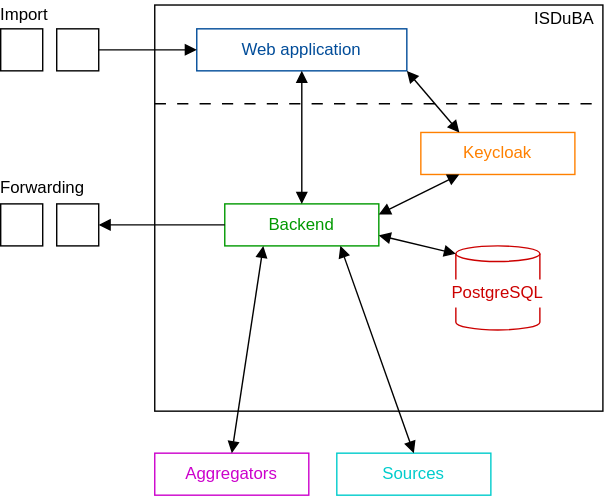
This is docs/images/overview-diagram.svg from ISDuBA/ISDuBA, a draw.io export, as it was before one commit. Source tidied: cells renumbered, new cells last; positions are measured from the earlier drawing's top-left corner, leaving out a move shared by most shapes. Source of this version:
```xml
<mxGraphModel>
  <root>
    <mxCell id="0" />
    <mxCell id="1" parent="0" />
    <mxCell id="2" style="rounded=0;whiteSpace=wrap;html=1;" parent="1" vertex="1">
      <mxGeometry x="110" y="3" width="320" height="290" as="geometry" />
    </mxCell>
    <mxCell id="3" value="Import" style="text;html=1;align=left;verticalAlign=middle;whiteSpace=wrap;rounded=0;spacing=0;" parent="1" vertex="1">
      <mxGeometry width="60" height="20" as="geometry" />
    </mxCell>
    <mxCell id="4" style="rounded=0;whiteSpace=wrap;html=1;" parent="1" vertex="1">
      <mxGeometry y="20" width="30" height="30" as="geometry" />
    </mxCell>
    <mxCell id="5" style="rounded=0;whiteSpace=wrap;html=1;" parent="1" vertex="1">
      <mxGeometry x="40" y="20" width="30" height="30" as="geometry" />
    </mxCell>
    <mxCell id="6" value="Web application" style="rounded=0;whiteSpace=wrap;html=1;fontColor=#004C99;strokeColor=#004C99;" parent="1" vertex="1">
      <mxGeometry x="140" y="20" width="150" height="30" as="geometry" />
    </mxCell>
    <mxCell id="7" style="endArrow=block;html=1;rounded=0;entryX=0;entryY=0.5;entryDx=0;entryDy=0;exitX=1;exitY=0.5;exitDx=0;exitDy=0;strokeWidth=1;endFill=1;" parent="1" edge="1" source="5" target="6">
      <mxGeometry relative="1" as="geometry" />
    </mxCell>
    <mxCell id="8" value="Backend" style="rounded=0;whiteSpace=wrap;html=1;fontColor=#009900;strokeColor=#009900;" parent="1" vertex="1">
      <mxGeometry x="160" y="145" width="110" height="30" as="geometry" />
    </mxCell>
    <mxCell id="9" style="shape=cylinder3;whiteSpace=wrap;html=1;boundedLbl=1;backgroundOutline=1;size=5.571428571428584;strokeColor=#CC0000;" parent="1" vertex="1">
      <mxGeometry x="325" y="175" width="60" height="60" as="geometry" />
    </mxCell>
    <mxCell id="10" value="PostgreSQL" style="text;html=1;align=center;verticalAlign=middle;whiteSpace=wrap;rounded=0;fillColor=default;spacingLeft=6;spacingRight=6;fontColor=#CC0000;" parent="1" vertex="1">
      <mxGeometry x="315" y="199" width="80" height="20" as="geometry" />
    </mxCell>
    <mxCell id="11" style="endArrow=block;html=1;rounded=0;entryX=0;entryY=0;entryDx=0;entryDy=5.571428571428584;exitX=1;exitY=0.75;exitDx=0;exitDy=0;strokeWidth=1;endFill=1;entryPerimeter=0;startArrow=block;startFill=1;" parent="1" edge="1" source="8" target="9">
      <mxGeometry relative="1" as="geometry" />
    </mxCell>
    <mxCell id="12" style="rounded=0;whiteSpace=wrap;html=1;" parent="1" vertex="1">
      <mxGeometry y="145" width="30" height="30" as="geometry" />
    </mxCell>
    <mxCell id="13" style="rounded=0;whiteSpace=wrap;html=1;" parent="1" vertex="1">
      <mxGeometry x="40" y="145" width="30" height="30" as="geometry" />
    </mxCell>
    <mxCell id="14" value="Forwarding" style="text;html=1;align=left;verticalAlign=middle;whiteSpace=wrap;rounded=0;spacing=0;" parent="1" vertex="1">
      <mxGeometry y="124" width="60" height="20" as="geometry" />
    </mxCell>
    <mxCell id="15" style="endArrow=block;html=1;rounded=0;entryX=1;entryY=0.5;entryDx=0;entryDy=0;exitX=0;exitY=0.5;exitDx=0;exitDy=0;strokeWidth=1;endFill=1;" parent="1" edge="1" source="8" target="13">
      <mxGeometry relative="1" as="geometry" />
    </mxCell>
    <mxCell id="16" value="Keycloak" style="rounded=0;whiteSpace=wrap;html=1;fontColor=#FF8000;strokeColor=#FF8000;" parent="1" vertex="1">
      <mxGeometry x="300" y="94" width="110" height="30" as="geometry" />
    </mxCell>
    <mxCell id="17" style="endArrow=block;html=1;rounded=0;entryX=0.25;entryY=1;entryDx=0;entryDy=0;exitX=1;exitY=0.25;exitDx=0;exitDy=0;strokeWidth=1;endFill=1;startArrow=block;startFill=1;" parent="1" edge="1" source="8" target="16">
      <mxGeometry relative="1" as="geometry" />
    </mxCell>
    <mxCell id="18" style="endArrow=block;html=1;rounded=0;entryX=0.25;entryY=0;entryDx=0;entryDy=0;exitX=1;exitY=1;exitDx=0;exitDy=0;strokeWidth=1;endFill=1;startArrow=block;startFill=1;" parent="1" edge="1" source="6" target="16">
      <mxGeometry relative="1" as="geometry" />
    </mxCell>
    <mxCell id="19" style="rounded=0;jettySize=auto;html=1;exitX=0.5;exitY=0;exitDx=0;exitDy=0;entryX=0.5;entryY=1;entryDx=0;entryDy=0;endArrow=block;endFill=1;startArrow=block;startFill=1;" parent="1" edge="1" source="8" target="6">
      <mxGeometry relative="1" as="geometry" />
    </mxCell>
    <mxCell id="20" value="Aggregators" style="rounded=0;whiteSpace=wrap;html=1;fontColor=#CC00CC;strokeColor=#CC00CC;" parent="1" vertex="1">
      <mxGeometry x="110" y="323" width="110" height="30" as="geometry" />
    </mxCell>
    <mxCell id="21" value="Sources" style="rounded=0;whiteSpace=wrap;html=1;fontColor=#00CCCC;strokeColor=#00CCCC;" parent="1" vertex="1">
      <mxGeometry x="240" y="323" width="110" height="30" as="geometry" />
    </mxCell>
    <mxCell id="22" style="endArrow=none;html=1;rounded=0;exitX=0;exitY=0.25;exitDx=0;exitDy=0;entryX=1;entryY=0.25;entryDx=0;entryDy=0;dashed=1;dashPattern=8 8;" parent="1" edge="1">
      <mxGeometry relative="1" as="geometry">
        <mxPoint x="110" y="73.5" as="sourcePoint" />
        <mxPoint x="430" y="73.5" as="targetPoint" />
      </mxGeometry>
    </mxCell>
    <mxCell id="23" value="ISDuBA" style="text;html=1;align=right;verticalAlign=middle;whiteSpace=wrap;rounded=0;spacing=2;spacingRight=0;" parent="1" vertex="1">
      <mxGeometry x="366" y="3" width="60" height="20" as="geometry" />
    </mxCell>
    <mxCell id="24" style="endArrow=block;html=1;rounded=0;entryX=0.5;entryY=0;entryDx=0;entryDy=0;exitX=0.25;exitY=1;exitDx=0;exitDy=0;strokeWidth=1;endFill=1;startArrow=block;startFill=1;" parent="1" edge="1" source="8" target="20">
      <mxGeometry relative="1" as="geometry" />
    </mxCell>
    <mxCell id="25" style="endArrow=block;html=1;rounded=0;entryX=0.5;entryY=0;entryDx=0;entryDy=0;exitX=0.75;exitY=1;exitDx=0;exitDy=0;strokeWidth=1;endFill=1;startArrow=block;startFill=1;" parent="1" edge="1" source="8" target="21">
      <mxGeometry relative="1" as="geometry" />
    </mxCell>
  </root>
</mxGraphModel>
```
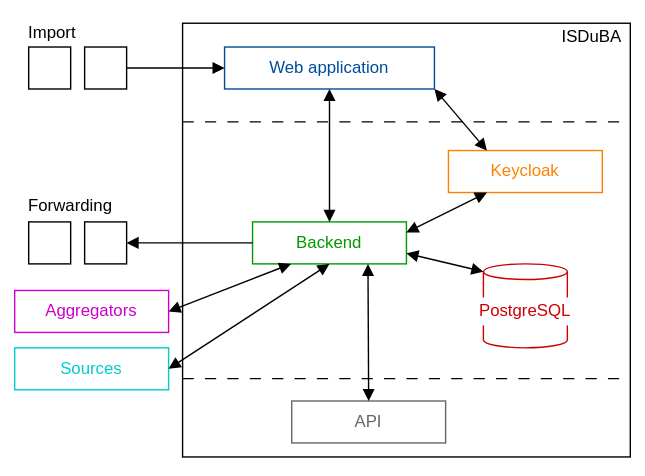
Later version of the same file.

Commit message:
Add API to overview diagram

Change to the diagram source:
```diff
@@ -2,8 +2,11 @@
   <root>
     <mxCell id="0" />
     <mxCell id="1" parent="0" />
+    <mxCell id="26" style="rounded=0;whiteSpace=wrap;html=1;strokeColor=none;" parent="1" vertex="1">
+      <mxGeometry x="-20" y="-13" width="460" height="340" as="geometry" />
+    </mxCell>
     <mxCell id="2" style="rounded=0;whiteSpace=wrap;html=1;" parent="1" vertex="1">
-      <mxGeometry x="110" y="3" width="320" height="290" as="geometry" />
+      <mxGeometry x="110" y="3" width="320" height="310" as="geometry" />
     </mxCell>
     <mxCell id="3" value="Import" style="text;html=1;align=left;verticalAlign=middle;whiteSpace=wrap;rounded=0;spacing=0;" parent="1" vertex="1">
       <mxGeometry width="60" height="20" as="geometry" />
@@ -57,10 +60,10 @@
       <mxGeometry relative="1" as="geometry" />
     </mxCell>
     <mxCell id="20" value="Aggregators" style="rounded=0;whiteSpace=wrap;html=1;fontColor=#CC00CC;strokeColor=#CC00CC;" parent="1" vertex="1">
-      <mxGeometry x="110" y="323" width="110" height="30" as="geometry" />
+      <mxGeometry x="-10" y="194" width="110" height="30" as="geometry" />
     </mxCell>
     <mxCell id="21" value="Sources" style="rounded=0;whiteSpace=wrap;html=1;fontColor=#00CCCC;strokeColor=#00CCCC;" parent="1" vertex="1">
-      <mxGeometry x="240" y="323" width="110" height="30" as="geometry" />
+      <mxGeometry x="-10" y="235" width="110" height="30" as="geometry" />
     </mxCell>
     <mxCell id="22" style="endArrow=none;html=1;rounded=0;exitX=0;exitY=0.25;exitDx=0;exitDy=0;entryX=1;entryY=0.25;entryDx=0;entryDy=0;dashed=1;dashPattern=8 8;" parent="1" edge="1">
       <mxGeometry relative="1" as="geometry">
@@ -71,11 +74,23 @@
     <mxCell id="23" value="ISDuBA" style="text;html=1;align=right;verticalAlign=middle;whiteSpace=wrap;rounded=0;spacing=2;spacingRight=0;" parent="1" vertex="1">
       <mxGeometry x="366" y="3" width="60" height="20" as="geometry" />
     </mxCell>
-    <mxCell id="24" style="endArrow=block;html=1;rounded=0;entryX=0.5;entryY=0;entryDx=0;entryDy=0;exitX=0.25;exitY=1;exitDx=0;exitDy=0;strokeWidth=1;endFill=1;startArrow=block;startFill=1;" parent="1" edge="1" source="8" target="20">
+    <mxCell id="24" style="endArrow=block;html=1;rounded=0;entryX=1;entryY=0.5;entryDx=0;entryDy=0;exitX=0.25;exitY=1;exitDx=0;exitDy=0;strokeWidth=1;endFill=1;startArrow=block;startFill=1;" parent="1" edge="1" source="8" target="20">
       <mxGeometry relative="1" as="geometry" />
     </mxCell>
-    <mxCell id="25" style="endArrow=block;html=1;rounded=0;entryX=0.5;entryY=0;entryDx=0;entryDy=0;exitX=0.75;exitY=1;exitDx=0;exitDy=0;strokeWidth=1;endFill=1;startArrow=block;startFill=1;" parent="1" edge="1" source="8" target="21">
+    <mxCell id="25" style="endArrow=block;html=1;rounded=0;entryX=1;entryY=0.5;entryDx=0;entryDy=0;exitX=0.5;exitY=1;exitDx=0;exitDy=0;strokeWidth=1;endFill=1;startArrow=block;startFill=1;" parent="1" edge="1" source="8" target="21">
       <mxGeometry relative="1" as="geometry" />
     </mxCell>
+    <mxCell id="27" value="API" style="rounded=0;whiteSpace=wrap;html=1;fontColor=#666666;strokeColor=#666666;" parent="1" vertex="1">
+      <mxGeometry x="188" y="273" width="110" height="30" as="geometry" />
+    </mxCell>
+    <mxCell id="28" style="endArrow=block;html=1;rounded=0;entryX=0.5;entryY=0;entryDx=0;entryDy=0;exitX=0.75;exitY=1;exitDx=0;exitDy=0;strokeWidth=1;endFill=1;startArrow=block;startFill=1;" parent="1" edge="1" source="8" target="27">
+      <mxGeometry relative="1" as="geometry" />
+    </mxCell>
+    <mxCell id="29" style="endArrow=none;html=1;rounded=0;exitX=0;exitY=0.25;exitDx=0;exitDy=0;entryX=1;entryY=0.25;entryDx=0;entryDy=0;dashed=1;dashPattern=8 8;" parent="1" edge="1">
+      <mxGeometry relative="1" as="geometry">
+        <mxPoint x="110" y="257" as="sourcePoint" />
+        <mxPoint x="430" y="257" as="targetPoint" />
+      </mxGeometry>
+    </mxCell>
   </root>
 </mxGraphModel>
```
